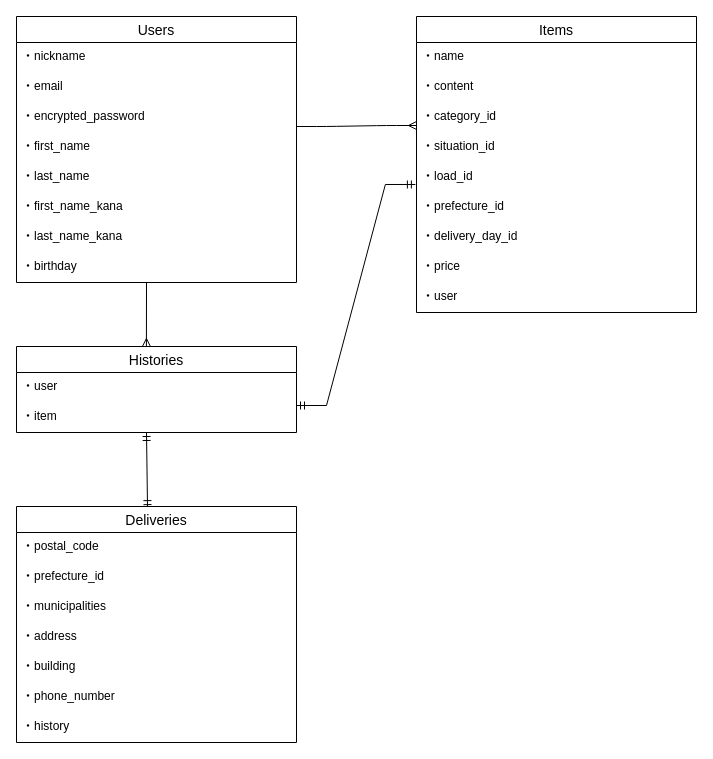
Above: furima.dio in do07tk/furima-39076 (draw.io), before the change. Source tidied: cells renumbered, new cells numbered last; positions are measured from the earlier drawing's top-left corner, leaving out a move shared by most shapes. Both pictures are drawn from the tidied source at 100%, with x=0, y=0 at pixel (16, 16).
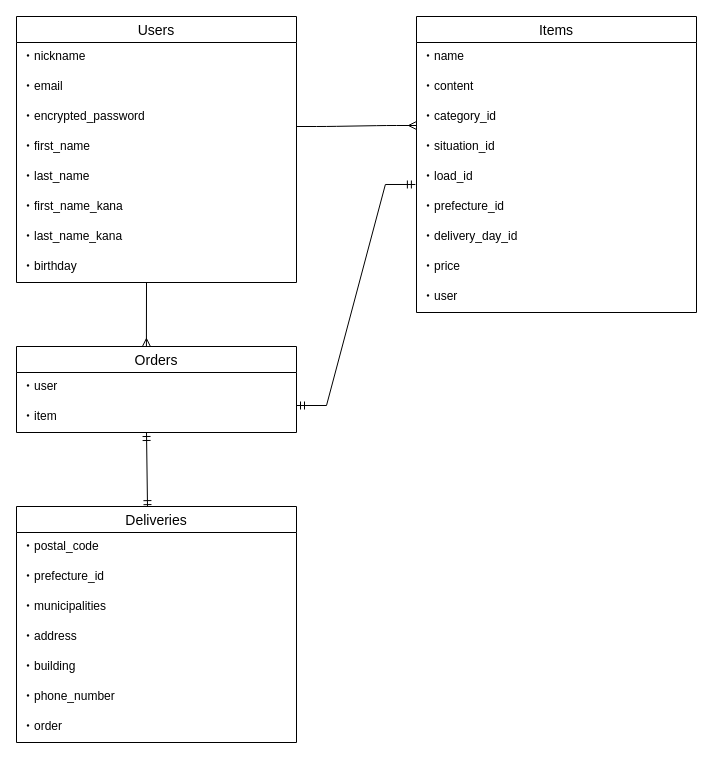
Above is the later version.

Unchanged cells that the change refers to:
```xml
<mxCell id="27" value="Deliveries" style="swimlane;fontStyle=0;horizontal=1;startSize=26;align=center;fontSize=14;" parent="1" vertex="1">
  <mxGeometry y="490" width="280" height="236" as="geometry" />
</mxCell>
```

What changed in the source:
```diff
@@
-    <mxCell id="21" value="Histories" style="swimlane;fontStyle=0;horizontal=1;startSize=26;align=center;fontSize=14;" parent="1" vertex="1">
+    <mxCell id="21" value="Orders" style="swimlane;fontStyle=0;horizontal=1;startSize=26;align=center;fontSize=14;" parent="1" vertex="1">
       <mxGeometry y="330" width="280" height="86" as="geometry" />
     </mxCell>
@@
-    <mxCell id="34" value="・history" style="text;strokeColor=none;fillColor=none;spacingLeft=4;spacingRight=4;overflow=hidden;fontSize=12;" parent="27" vertex="1">
+    <mxCell id="34" value="・order" style="text;strokeColor=none;fillColor=none;spacingLeft=4;spacingRight=4;overflow=hidden;fontSize=12;" parent="27" vertex="1">
       <mxGeometry y="206" width="280" height="30" as="geometry" />
     </mxCell>
```
